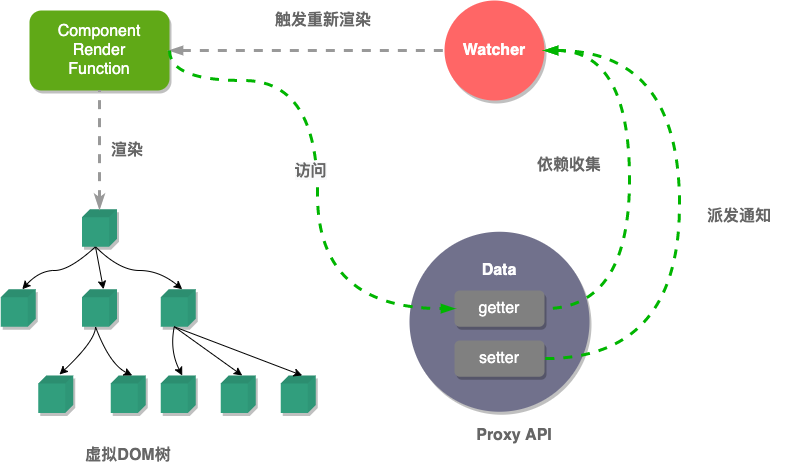
Above: src/assets/posts/vue3-source-reactivity/vue3-reactivity.png in artoriaschan/blog (draw.io), before the change. Source tidied: cells renumbered, new cells last; positions are measured from the earlier drawing's top-left corner, leaving out a move shared by most shapes.
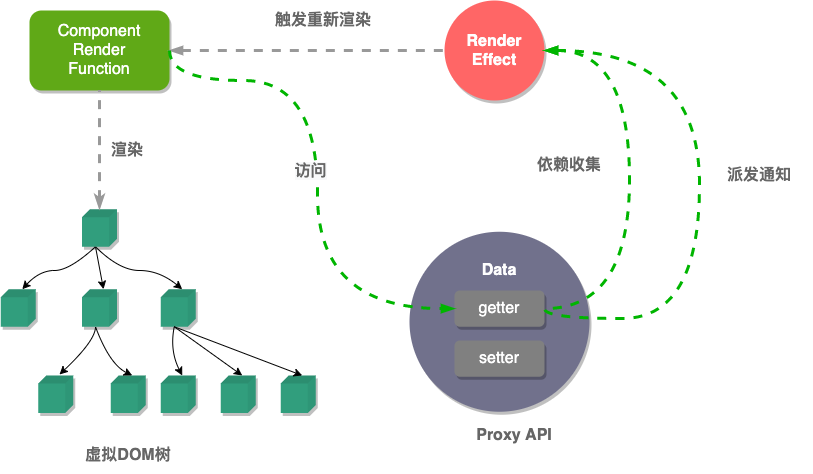
Above is the later version.

What changed in the source:
```diff
@@ -79,7 +79,7 @@
         </Array>
       </mxGeometry>
     </mxCell>
-    <mxCell id="20" value="&lt;font color=&quot;#ffffff&quot; style=&quot;font-size: 16px&quot;&gt;&lt;b&gt;Watcher&lt;/b&gt;&lt;/font&gt;" style="ellipse;whiteSpace=wrap;html=1;shadow=1;sketch=0;fillColor=#FF6666;strokeColor=none;" parent="1" vertex="1">
+    <mxCell id="20" value="&lt;font color=&quot;#ffffff&quot;&gt;&lt;span style=&quot;font-size: 16px&quot;&gt;&lt;b&gt;Render&lt;br&gt;Effect&lt;br&gt;&lt;/b&gt;&lt;/span&gt;&lt;/font&gt;" style="ellipse;whiteSpace=wrap;html=1;shadow=1;sketch=0;fillColor=#FF6666;strokeColor=none;" parent="1" vertex="1">
       <mxGeometry x="445" width="100" height="100" as="geometry" />
     </mxCell>
     <mxCell id="21" style="ellipse;whiteSpace=wrap;html=1;shadow=1;glass=0;sketch=0;fillColor=#71718C;strokeColor=none;" parent="1" vertex="1">
@@ -125,14 +125,6 @@
         </Array>
       </mxGeometry>
     </mxCell>
-    <mxCell id="31" style="endArrow=none;dashed=1;html=1;strokeWidth=3;entryX=1;entryY=0.5;entryDx=0;entryDy=0;exitX=1;exitY=0.5;exitDx=0;exitDy=0;edgeStyle=orthogonalEdgeStyle;elbow=vertical;curved=1;startArrow=blockThin;startFill=1;strokeColor=#00B500;" parent="1" edge="1" source="20" target="22">
-      <mxGeometry relative="1" as="geometry">
-        <Array as="points">
-          <mxPoint x="680" y="50" />
-          <mxPoint x="680" y="358" />
-        </Array>
-      </mxGeometry>
-    </mxCell>
     <mxCell id="32" value="&lt;font color=&quot;#666666&quot;&gt;&lt;span style=&quot;font-size: 16px&quot;&gt;&lt;b&gt;Proxy API&lt;/b&gt;&lt;/span&gt;&lt;/font&gt;" style="text;html=1;strokeColor=none;fillColor=none;align=center;verticalAlign=middle;whiteSpace=wrap;rounded=0;shadow=1;glass=0;sketch=0;" parent="1" vertex="1">
       <mxGeometry x="390" y="420" width="250" height="30" as="geometry" />
     </mxCell>
@@ -143,10 +135,19 @@
       <mxGeometry x="520" y="150" width="100" height="30" as="geometry" />
     </mxCell>
     <mxCell id="35" value="&lt;font color=&quot;#666666&quot;&gt;&lt;span style=&quot;font-size: 16px&quot;&gt;&lt;b&gt;派发通知&lt;/b&gt;&lt;/span&gt;&lt;/font&gt;" style="text;html=1;strokeColor=none;fillColor=none;align=center;verticalAlign=middle;whiteSpace=wrap;rounded=0;shadow=1;glass=0;sketch=0;" parent="1" vertex="1">
-      <mxGeometry x="690" y="201.2" width="100" height="30" as="geometry" />
+      <mxGeometry x="710" y="160" width="100" height="30" as="geometry" />
     </mxCell>
     <mxCell id="36" value="&lt;font style=&quot;font-size: 16px&quot; color=&quot;#666666&quot;&gt;&lt;b&gt;触发重新渲染&lt;/b&gt;&lt;/font&gt;" style="text;html=1;strokeColor=none;fillColor=none;align=center;verticalAlign=middle;whiteSpace=wrap;rounded=0;shadow=1;glass=0;sketch=0;" parent="1" vertex="1">
       <mxGeometry x="274" width="100" height="40" as="geometry" />
     </mxCell>
+    <mxCell id="37" style="endArrow=none;dashed=1;html=1;strokeWidth=3;entryX=1;entryY=0.5;entryDx=0;entryDy=0;exitX=1;exitY=0.5;exitDx=0;exitDy=0;edgeStyle=orthogonalEdgeStyle;curved=1;startArrow=blockThin;startFill=1;fillColor=#60a917;strokeColor=#00B500;" parent="1" edge="1" source="20" target="23">
+      <mxGeometry relative="1" as="geometry">
+        <Array as="points">
+          <mxPoint x="700" y="50" />
+          <mxPoint x="700" y="318" />
+          <mxPoint x="545" y="318" />
+        </Array>
+      </mxGeometry>
+    </mxCell>
   </root>
 </mxGraphModel>
```
